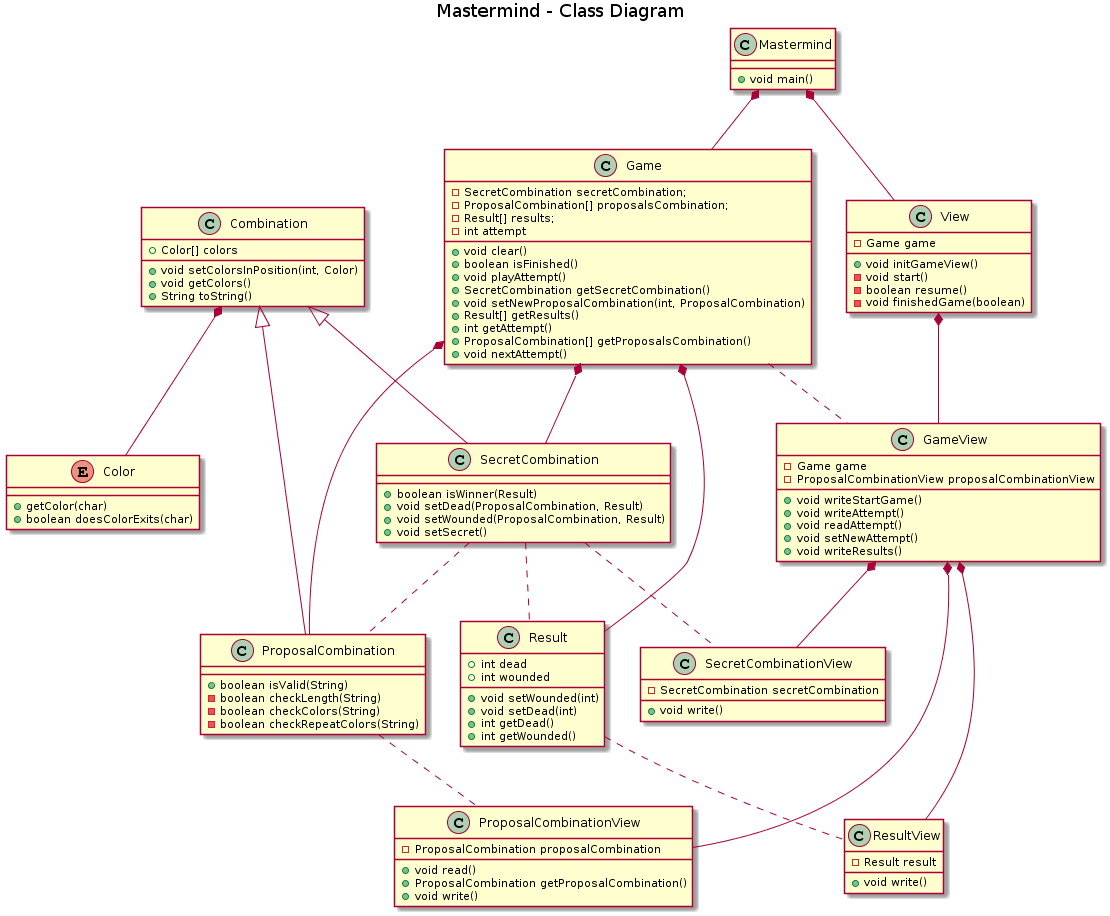
The PlantUML diagram images/diagramaClasesIteracion4.png in laucv/mastermind, before a commit. Source of this version:
```plantuml
@startuml
title Mastermind - Class Diagram


class Mastermind {
    +void main()
}


class SecretCombination{
    +boolean isWinner(Result)
    +void setDead(ProposalCombination, Result)
    +void setWounded(ProposalCombination, Result)
    +void setSecret()
}

class ProposalCombination{
    +boolean isValid(String)
    -boolean checkLength(String)
    -boolean checkColors(String)
    -boolean checkRepeatColors(String)
}

class Combination{
    +Color[] colors
    +void setColorsInPosition(int, Color)
    +void getColors()
    +String toString()
}

Enum Color{
    +getColor(char)
    + boolean doesColorExits(char)
}

class Result{
    +int dead
    +int wounded
    +void setWounded(int)
    +void setDead(int)
    +int getDead()
    +int getWounded()
}

class Game{
    -SecretCombination secretCombination;
    -ProposalCombination[] proposalsCombination;
    -Result[] results;
    -int attempt
    +void clear()
    +boolean isFinished()
    +void playAttempt()
    +SecretCombination getSecretCombination()
    +void setNewProposalCombination(int, ProposalCombination)
    +Result[] getResults()
    +int getAttempt()
    +ProposalCombination[] getProposalsCombination()
    +void nextAttempt()
}

class GameView{
    -Game game
    -ProposalCombinationView proposalCombinationView
    +void writeStartGame()
    +void writeAttempt()
    +void readAttempt()
    +void setNewAttempt()
    +void writeResults()
}

class ProposalCombinationView{
    -ProposalCombination proposalCombination
    +void read()
    +ProposalCombination getProposalCombination()
    +void write()
}

class ResultView{
    -Result result
    +void write()
}

class SecretCombinationView{
    -SecretCombination secretCombination
    +void write()
}

class View{
    -Game game
    +void initGameView()
    -void start()
    -boolean resume()
    -void finishedGame(boolean)
}

Mastermind *-- Game
Mastermind *-- View

View *-- GameView

Game *-- SecretCombination
Game *-- ProposalCombination
Game *-- Result

GameView *-- SecretCombinationView
GameView *-- ProposalCombinationView
GameView *-- ResultView

Combination *-- Color
Combination <|-- SecretCombination
Combination <|-- ProposalCombination

SecretCombination .. SecretCombinationView
ProposalCombination .. ProposalCombinationView
SecretCombination .. ProposalCombination
SecretCombination .. Result
Game .. GameView
Result .. ResultView
@enduml
```
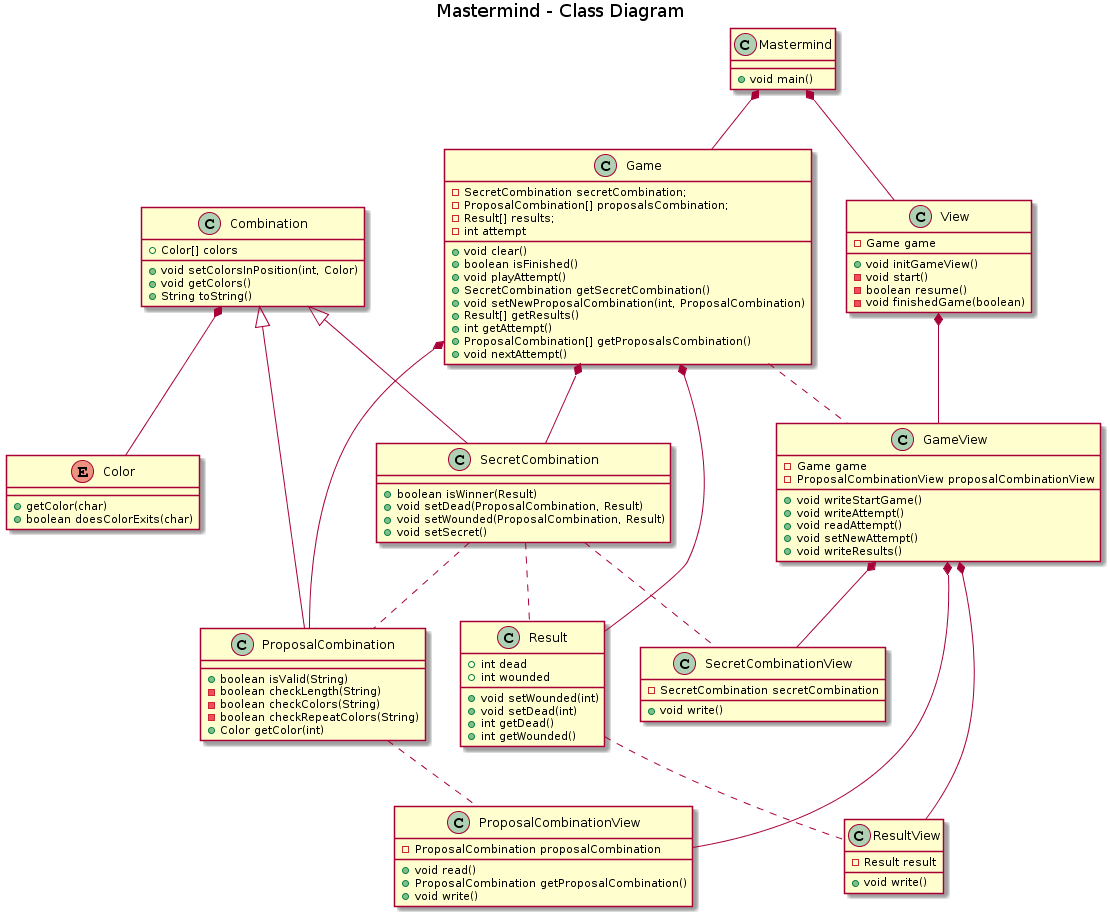
Above is the later version.

Diff of the diagram source:
```diff
@@ -19,6 +19,7 @@
     -boolean checkLength(String)
     -boolean checkColors(String)
     -boolean checkRepeatColors(String)
+    +Color getColor(int)
 }
 
 class Combination{
```
